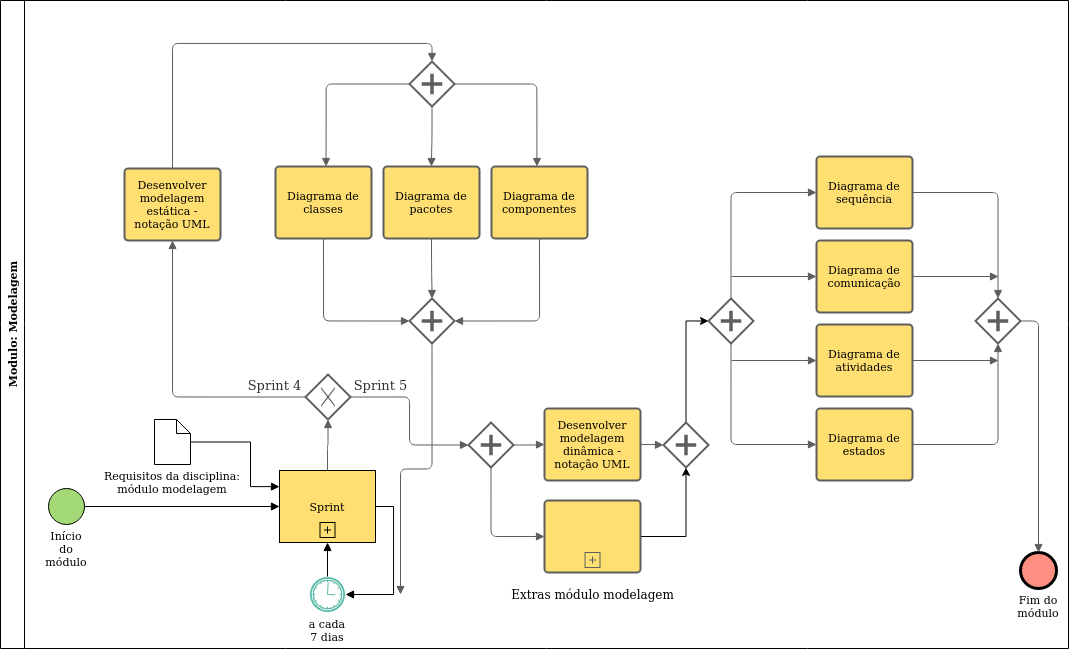
The draw.io diagram docs/assets/Bpmn/bpmn_modelagem.png in UnBArqDsw/2020.1_G7_TCM, before a commit. Source tidied: cells renumbered, new cells last; positions are measured from the earlier drawing's top-left corner, leaving out a move shared by most shapes.
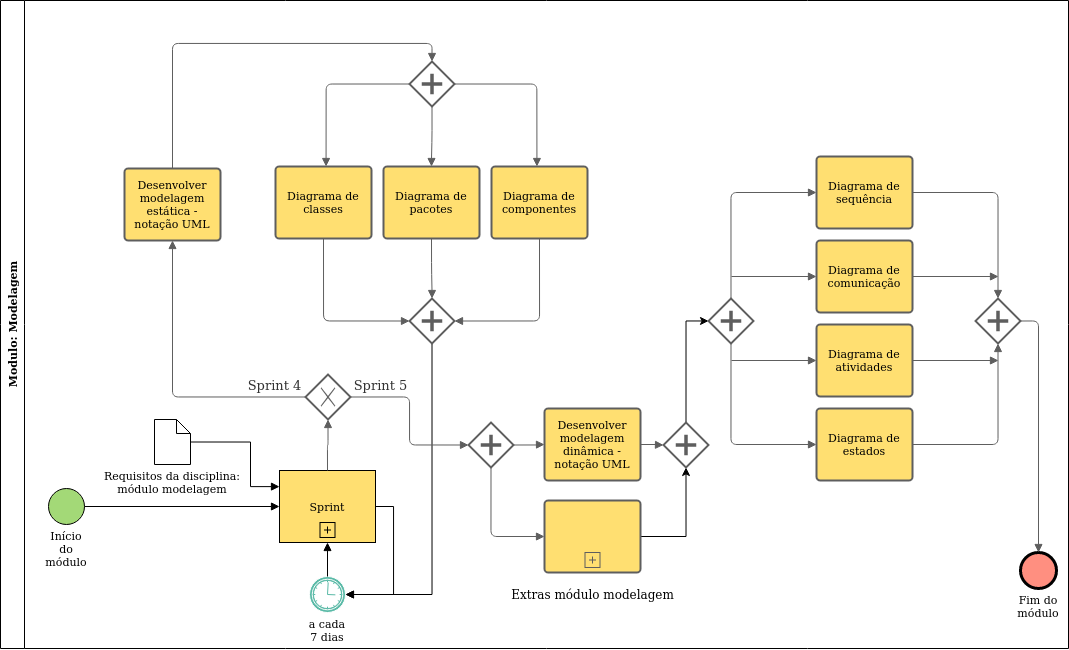
Later version of the same file.

Commit message:
Adicionados extras no diagrama BPMN do modulo modelagem.

What changed in the source:
```diff
@@ -25,6 +25,9 @@
         <mxPoint x="-7.5" y="-20" as="offset" />
       </mxGeometry>
     </mxCell>
+    <mxCell id="62" style="edgeStyle=orthogonalEdgeStyle;rounded=0;jettySize=auto;html=1;entryX=0.5;entryY=1;entryDx=0;entryDy=0;startArrow=classic;startFill=1;endArrow=none;endFill=0;" parent="1" edge="1" source="9" target="19">
+      <mxGeometry relative="1" as="geometry" />
+    </mxCell>
     <mxCell id="9" value="a cada 7 dias" style="html=1;whiteSpace=wrap;shape=mxgraph.bpmn.shape;verticalLabelPosition=bottom;verticalAlign=top;outline=throwing;symbol=timer;fontSize=11;fontColor=#000000;spacing=0;strokeOpacity=100;fillOpacity=100;fillColor=#5abaa7;strokeColor=#FFFFFF;" parent="1" vertex="1">
       <mxGeometry x="309" y="576" width="36" height="36" as="geometry" />
     </mxCell>
@@ -148,11 +151,6 @@
     <mxCell id="42" style="html=1;jettySize=18;fontSize=11;strokeColor=#5E5E5E;rounded=1;arcSize=12;edgeStyle=orthogonalEdgeStyle;startArrow=block;endFill=1;endArrow=none;exitX=0.5;exitY=-0.05003118619666355;exitPerimeter=1;entryX=1.0282842712474607;entryY=0.5;entryPerimeter=1;" parent="1" edge="1" source="3" target="37">
       <mxGeometry relative="1" as="geometry" />
     </mxCell>
-    <mxCell id="43" style="html=1;jettySize=18;fontSize=11;strokeColor=#5E5E5E;rounded=1;arcSize=12;edgeStyle=orthogonalEdgeStyle;startArrow=none;endArrow=block;endFill=1;exitX=0.5;exitY=1.028284271247462;exitPerimeter=1;" parent="1" edge="1" source="19">
-      <mxGeometry relative="1" as="geometry">
-        <mxPoint x="400" y="594" as="targetPoint" />
-      </mxGeometry>
-    </mxCell>
     <mxCell id="44" style="html=1;whiteSpace=wrap;shape=mxgraph.bpmn.shape;perimeter=rhombusPerimeter;background=gateway;verticalLabelPosition=bottom;verticalAlign=top;outline=none;symbol=exclusiveGw;fontSize=11;spacing=0;strokeColor=#5e5e5e;strokeOpacity=100;rounded=1;absoluteArcSize=1;arcSize=7.199999999999999;strokeWidth=2;fontSize=11;spacing=0;fillColor=#FFFFFF;" parent="1" vertex="1">
       <mxGeometry x="305" y="374" width="45" height="45" as="geometry" />
     </mxCell>
```
